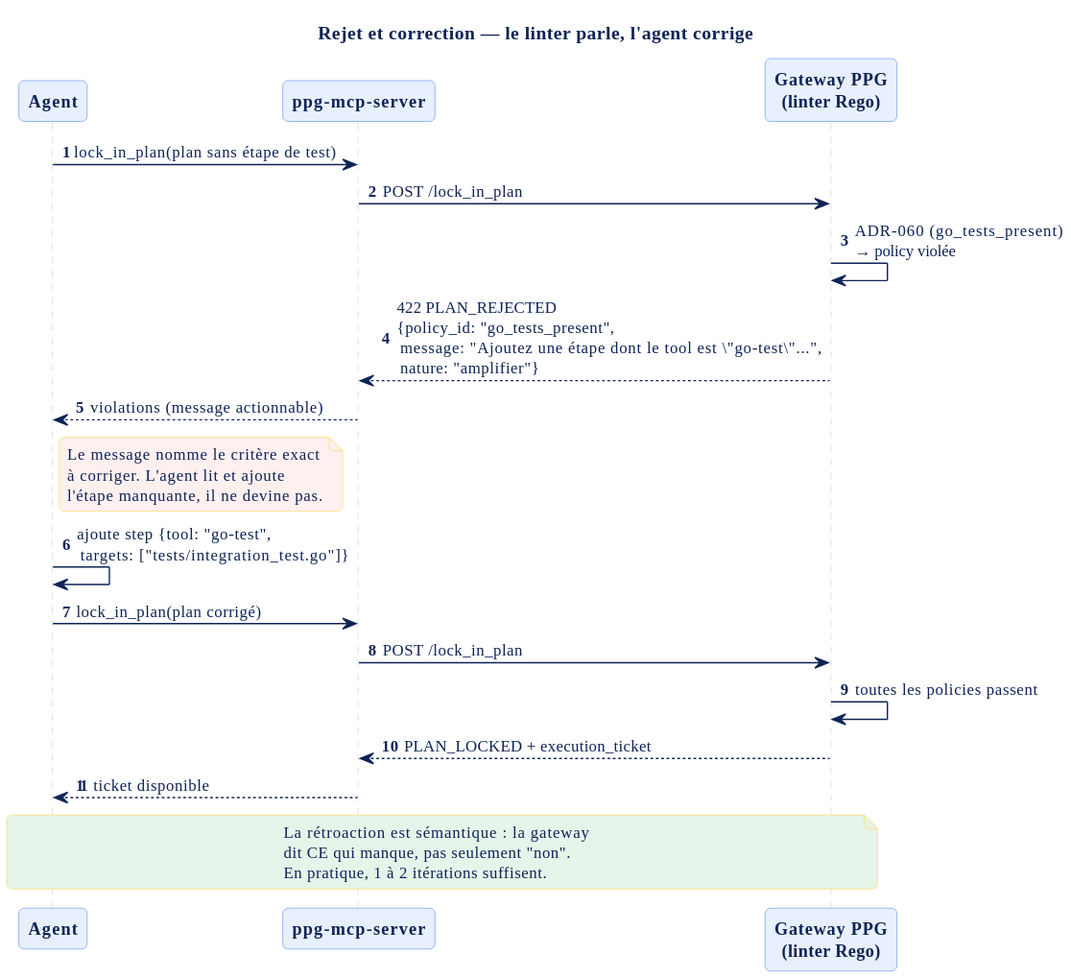
The PlantUML diagram documentation_french/diagrams/seq-rejet-correction.svg in owulveryck/poc-agentic-platform, before a commit. Source of this version:
```plantuml
@startuml
!include octo-theme.puml
autonumber

title Rejet et correction — le linter parle, l'agent corrige

participant "Agent" as Agent
participant "ppg-mcp-server" as MCP
participant "Gateway PPG\n(linter Rego)" as PPG

Agent -> MCP : lock_in_plan(plan sans étape de test)
MCP -> PPG : POST /lock_in_plan
PPG -> PPG : ADR-060 (go_tests_present)\n→ policy violée

PPG --> MCP : 422 PLAN_REJECTED\n{policy_id: "go_tests_present",\n message: "Ajoutez une étape dont le tool est \"go-test\"...",\n nature: "amplifier"}
MCP --> Agent : violations (message actionnable)

note right of Agent #FFF0F0
  Le message nomme le critère exact
  à corriger. L'agent lit et ajoute
  l'étape manquante, il ne devine pas.
end note

Agent -> Agent : ajoute step {tool: "go-test",\n targets: ["tests/integration_test.go"]}
Agent -> MCP : lock_in_plan(plan corrigé)
MCP -> PPG : POST /lock_in_plan
PPG -> PPG : toutes les policies passent
PPG --> MCP : PLAN_LOCKED + execution_ticket
MCP --> Agent : ticket disponible

note over Agent, PPG #E6F4EA
  La rétroaction est sémantique : la gateway
  dit CE qui manque, pas seulement "non".
  En pratique, 1 à 2 itérations suffisent.
end note
@enduml
```
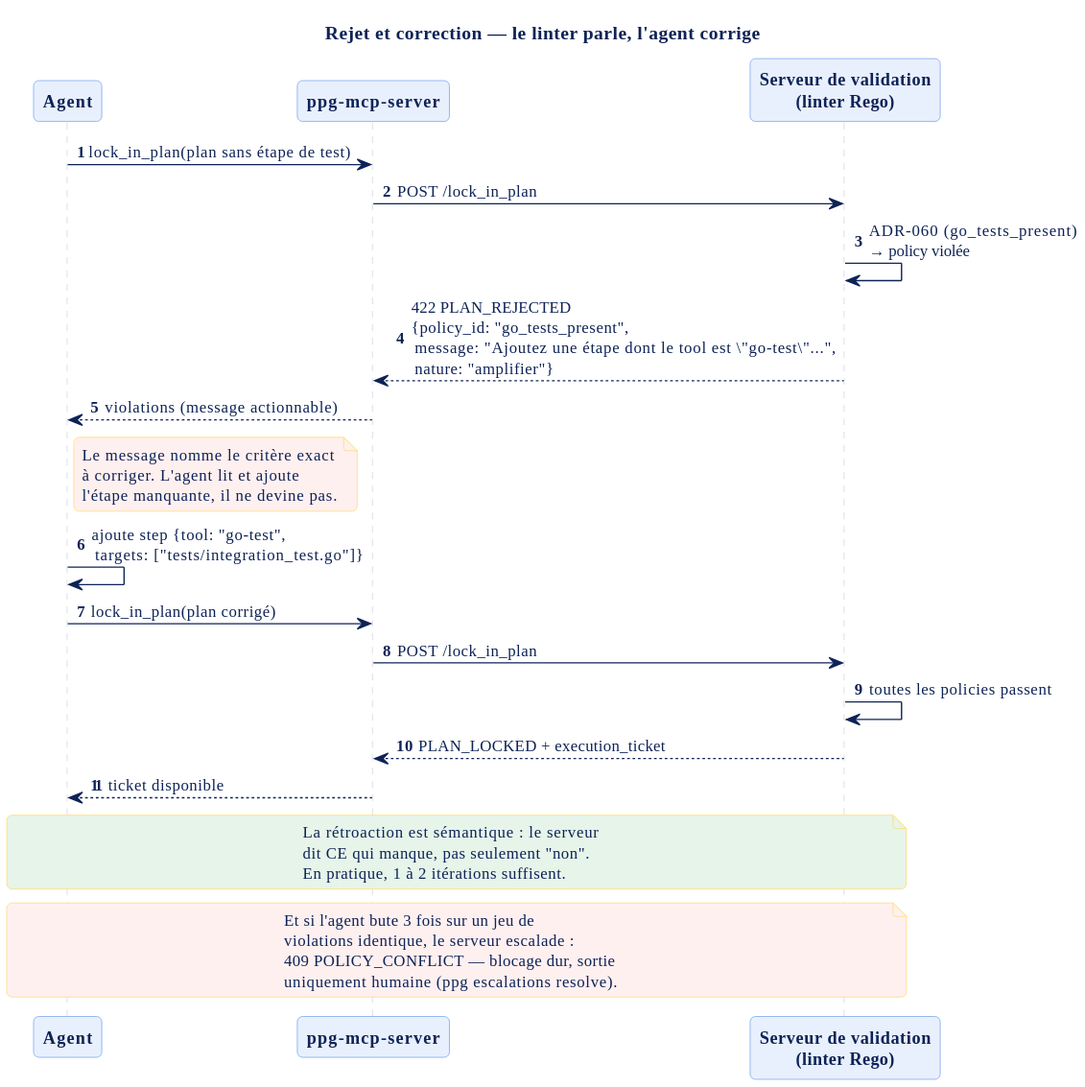
Later version of the same file.

Diff of the diagram source:
```diff
@@ -6,7 +6,7 @@
 
 participant "Agent" as Agent
 participant "ppg-mcp-server" as MCP
-participant "Gateway PPG\n(linter Rego)" as PPG
+participant "Serveur de validation\n(linter Rego)" as PPG
 
 Agent -> MCP : lock_in_plan(plan sans étape de test)
 MCP -> PPG : POST /lock_in_plan
@@ -29,8 +29,15 @@
 MCP --> Agent : ticket disponible
 
 note over Agent, PPG #E6F4EA
-  La rétroaction est sémantique : la gateway
+  La rétroaction est sémantique : le serveur
   dit CE qui manque, pas seulement "non".
   En pratique, 1 à 2 itérations suffisent.
 end note
+
+note over Agent, PPG #FFF0F0
+  Et si l'agent bute 3 fois sur un jeu de
+  violations identique, le serveur escalade :
+  409 POLICY_CONFLICT — blocage dur, sortie
+  uniquement humaine (ppg escalations resolve).
+end note
 @enduml
```
